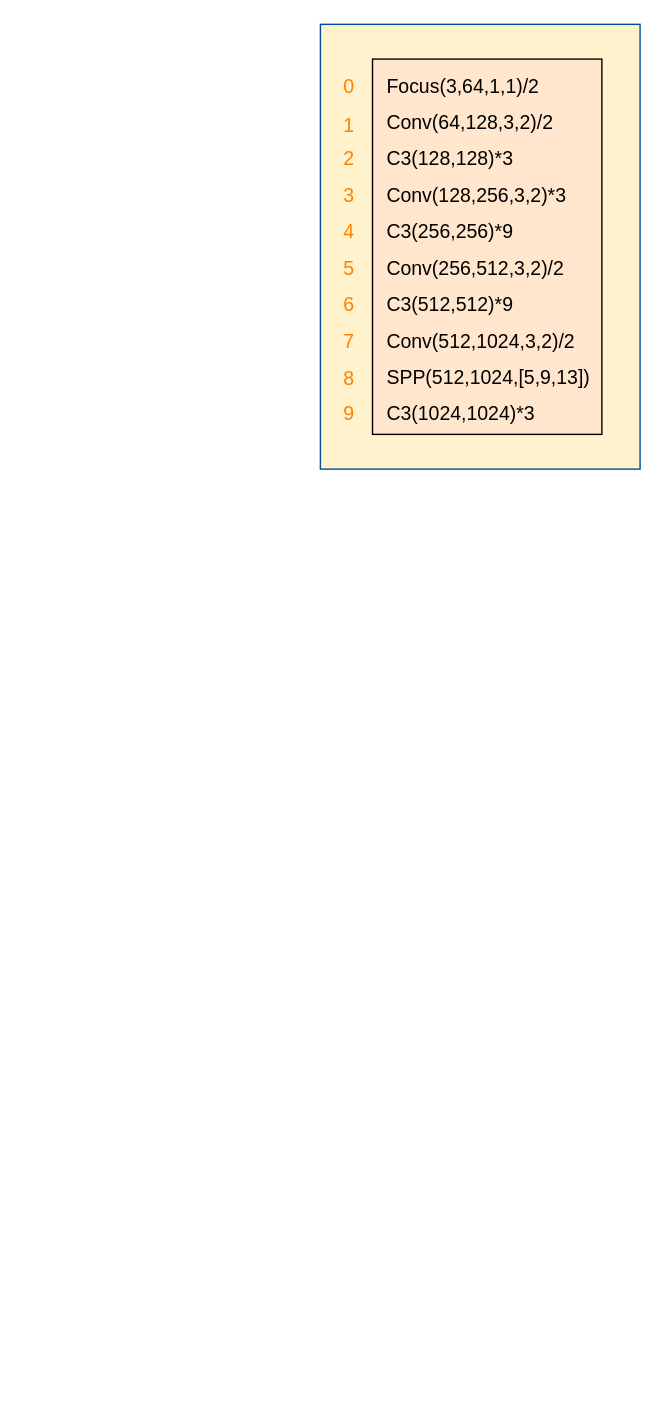
Above: 未命名绘图.drawio in duoduodanmohen/deep-learning-for-image-processing (draw.io), before the change. Source tidied: cells renumbered, new cells numbered last; positions are measured from the earlier drawing's top-left corner, leaving out a move shared by most shapes. Both pictures are drawn from the tidied source at 139%, with x=0, y=0 at pixel (320, 24).
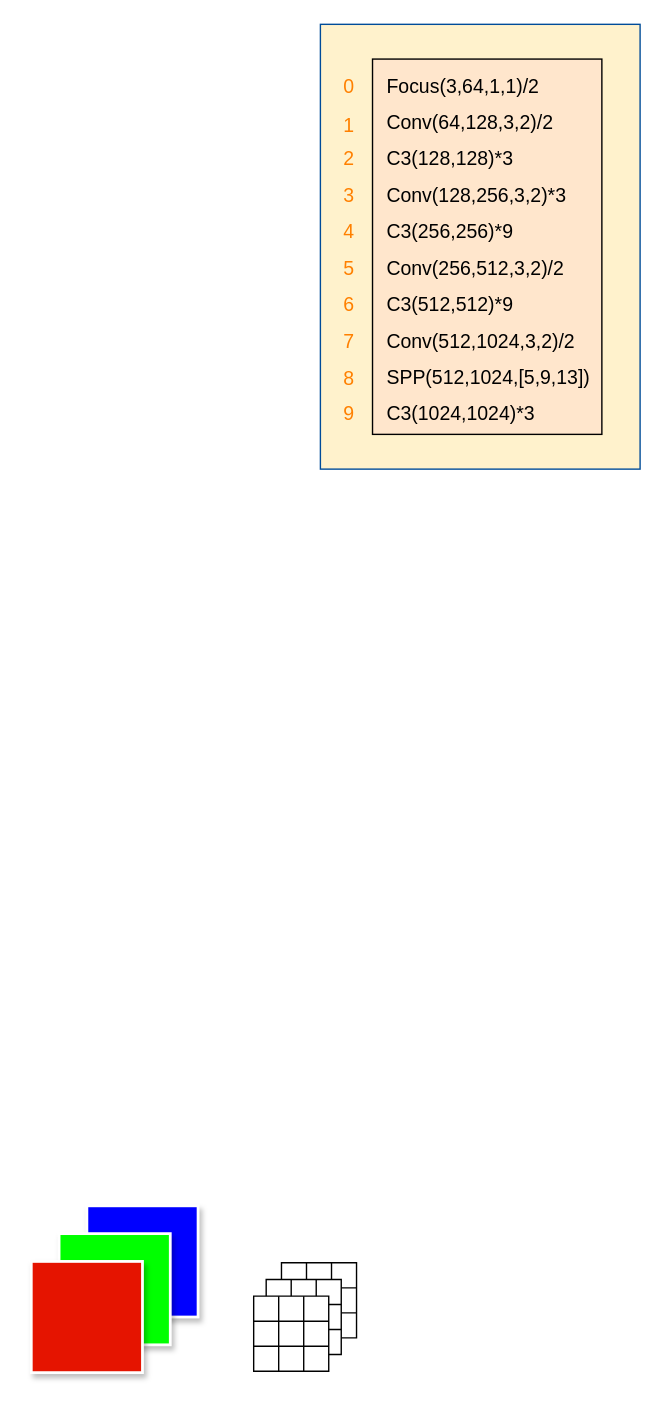
The same diagram, later.

Change to the diagram source:
```diff
@@
+    <mxCell id="24" style="shape=table;startSize=0;childLayout=tableLayout;rounded=0;shadow=0;glass=0;sketch=0;strokeColor=#000000;strokeWidth=1;fillColor=#FFFFFF;" parent="1" vertex="1">
+      <mxGeometry x="-28" y="891" width="54" height="54" as="geometry" />
+    </mxCell>
+    <mxCell id="25" style="shape=partialRectangle;fillColor=none;top=0;left=0;bottom=0;right=0;rounded=0;shadow=0;glass=0;sketch=0;strokeColor=#000000;strokeWidth=1;" parent="24" vertex="1">
+      <mxGeometry width="54" height="18" as="geometry" />
+    </mxCell>
+    <mxCell id="26" style="shape=partialRectangle;html=1;whiteSpace=wrap;overflow=hidden;fillColor=none;top=0;left=0;bottom=0;right=0;rounded=0;shadow=0;glass=0;sketch=0;strokeColor=#000000;strokeWidth=1;" parent="25" vertex="1">
+      <mxGeometry width="18" height="18" as="geometry" />
+    </mxCell>
+    <mxCell id="27" style="shape=partialRectangle;html=1;whiteSpace=wrap;overflow=hidden;fillColor=none;top=0;left=0;bottom=0;right=0;rounded=0;shadow=0;glass=0;sketch=0;strokeColor=#000000;strokeWidth=1;" parent="25" vertex="1">
+      <mxGeometry x="18" width="18" height="18" as="geometry" />
+    </mxCell>
+    <mxCell id="28" style="shape=partialRectangle;html=1;whiteSpace=wrap;overflow=hidden;fillColor=none;top=0;left=0;bottom=0;right=0;rounded=0;shadow=0;glass=0;sketch=0;strokeColor=#000000;strokeWidth=1;" parent="25" vertex="1">
+      <mxGeometry x="36" width="18" height="18" as="geometry" />
+    </mxCell>
+    <mxCell id="29" style="shape=partialRectangle;fillColor=none;top=0;left=0;bottom=0;right=0;rounded=0;shadow=0;glass=0;sketch=0;strokeColor=#000000;strokeWidth=1;" parent="24" vertex="1">
+      <mxGeometry y="18" width="54" height="18" as="geometry" />
+    </mxCell>
+    <mxCell id="30" style="shape=partialRectangle;html=1;whiteSpace=wrap;overflow=hidden;fillColor=none;top=0;left=0;bottom=0;right=0;rounded=0;shadow=0;glass=0;sketch=0;strokeColor=#000000;strokeWidth=1;" parent="29" vertex="1">
+      <mxGeometry width="18" height="18" as="geometry" />
+    </mxCell>
+    <mxCell id="31" style="shape=partialRectangle;html=1;whiteSpace=wrap;overflow=hidden;fillColor=none;top=0;left=0;bottom=0;right=0;rounded=0;shadow=0;glass=0;sketch=0;strokeColor=#000000;strokeWidth=1;" parent="29" vertex="1">
+      <mxGeometry x="18" width="18" height="18" as="geometry" />
+    </mxCell>
+    <mxCell id="32" style="shape=partialRectangle;html=1;whiteSpace=wrap;overflow=hidden;fillColor=none;top=0;left=0;bottom=0;right=0;rounded=0;shadow=0;glass=0;sketch=0;strokeColor=#000000;strokeWidth=1;" parent="29" vertex="1">
+      <mxGeometry x="36" width="18" height="18" as="geometry" />
+    </mxCell>
+    <mxCell id="33" style="shape=partialRectangle;fillColor=none;top=0;left=0;bottom=0;right=0;rounded=0;shadow=0;glass=0;sketch=0;strokeColor=#000000;strokeWidth=1;" parent="24" vertex="1">
+      <mxGeometry y="36" width="54" height="18" as="geometry" />
+    </mxCell>
+    <mxCell id="34" style="shape=partialRectangle;html=1;whiteSpace=wrap;overflow=hidden;fillColor=none;top=0;left=0;bottom=0;right=0;rounded=0;shadow=0;glass=0;sketch=0;strokeColor=#000000;strokeWidth=1;" parent="33" vertex="1">
+      <mxGeometry width="18" height="18" as="geometry" />
+    </mxCell>
+    <mxCell id="35" style="shape=partialRectangle;html=1;whiteSpace=wrap;overflow=hidden;fillColor=none;top=0;left=0;bottom=0;right=0;rounded=0;shadow=0;glass=0;sketch=0;strokeColor=#000000;strokeWidth=1;" parent="33" vertex="1">
+      <mxGeometry x="18" width="18" height="18" as="geometry" />
+    </mxCell>
+    <mxCell id="36" style="shape=partialRectangle;html=1;whiteSpace=wrap;overflow=hidden;fillColor=none;top=0;left=0;bottom=0;right=0;rounded=0;shadow=0;glass=0;sketch=0;strokeColor=#000000;strokeWidth=1;" parent="33" vertex="1">
+      <mxGeometry x="36" width="18" height="18" as="geometry" />
+    </mxCell>
+    <mxCell id="37" style="shape=table;startSize=0;childLayout=tableLayout;rounded=0;shadow=0;glass=0;sketch=0;strokeColor=#000000;strokeWidth=1;fillColor=#FFFFFF;" parent="1" vertex="1">
+      <mxGeometry x="-39" y="903" width="54" height="54" as="geometry" />
+    </mxCell>
+    <mxCell id="38" style="shape=partialRectangle;fillColor=none;top=0;left=0;bottom=0;right=0;rounded=0;shadow=0;glass=0;sketch=0;strokeColor=#000000;strokeWidth=1;" parent="37" vertex="1">
+      <mxGeometry width="54" height="18" as="geometry" />
+    </mxCell>
+    <mxCell id="39" style="shape=partialRectangle;html=1;whiteSpace=wrap;overflow=hidden;fillColor=none;top=0;left=0;bottom=0;right=0;rounded=0;shadow=0;glass=0;sketch=0;strokeColor=#000000;strokeWidth=1;" parent="38" vertex="1">
+      <mxGeometry width="18" height="18" as="geometry" />
+    </mxCell>
+    <mxCell id="40" style="shape=partialRectangle;html=1;whiteSpace=wrap;overflow=hidden;fillColor=none;top=0;left=0;bottom=0;right=0;rounded=0;shadow=0;glass=0;sketch=0;strokeColor=#000000;strokeWidth=1;" parent="38" vertex="1">
+      <mxGeometry x="18" width="18" height="18" as="geometry" />
+    </mxCell>
+    <mxCell id="41" style="shape=partialRectangle;html=1;whiteSpace=wrap;overflow=hidden;fillColor=none;top=0;left=0;bottom=0;right=0;rounded=0;shadow=0;glass=0;sketch=0;strokeColor=#000000;strokeWidth=1;" parent="38" vertex="1">
+      <mxGeometry x="36" width="18" height="18" as="geometry" />
+    </mxCell>
+    <mxCell id="42" style="shape=partialRectangle;fillColor=none;top=0;left=0;bottom=0;right=0;rounded=0;shadow=0;glass=0;sketch=0;strokeColor=#000000;strokeWidth=1;" parent="37" vertex="1">
+      <mxGeometry y="18" width="54" height="18" as="geometry" />
+    </mxCell>
+    <mxCell id="43" style="shape=partialRectangle;html=1;whiteSpace=wrap;overflow=hidden;fillColor=none;top=0;left=0;bottom=0;right=0;rounded=0;shadow=0;glass=0;sketch=0;strokeColor=#000000;strokeWidth=1;" parent="42" vertex="1">
+      <mxGeometry width="18" height="18" as="geometry" />
+    </mxCell>
+    <mxCell id="44" style="shape=partialRectangle;html=1;whiteSpace=wrap;overflow=hidden;fillColor=none;top=0;left=0;bottom=0;right=0;rounded=0;shadow=0;glass=0;sketch=0;strokeColor=#000000;strokeWidth=1;" parent="42" vertex="1">
+      <mxGeometry x="18" width="18" height="18" as="geometry" />
+    </mxCell>
+    <mxCell id="45" style="shape=partialRectangle;html=1;whiteSpace=wrap;overflow=hidden;fillColor=none;top=0;left=0;bottom=0;right=0;rounded=0;shadow=0;glass=0;sketch=0;strokeColor=#000000;strokeWidth=1;" parent="42" vertex="1">
+      <mxGeometry x="36" width="18" height="18" as="geometry" />
+    </mxCell>
+    <mxCell id="46" style="shape=partialRectangle;fillColor=none;top=0;left=0;bottom=0;right=0;rounded=0;shadow=0;glass=0;sketch=0;strokeColor=#000000;strokeWidth=1;" parent="37" vertex="1">
+      <mxGeometry y="36" width="54" height="18" as="geometry" />
+    </mxCell>
+    <mxCell id="47" style="shape=partialRectangle;html=1;whiteSpace=wrap;overflow=hidden;fillColor=none;top=0;left=0;bottom=0;right=0;rounded=0;shadow=0;glass=0;sketch=0;strokeColor=#000000;strokeWidth=1;" parent="46" vertex="1">
+      <mxGeometry width="18" height="18" as="geometry" />
+    </mxCell>
+    <mxCell id="48" style="shape=partialRectangle;html=1;whiteSpace=wrap;overflow=hidden;fillColor=none;top=0;left=0;bottom=0;right=0;rounded=0;shadow=0;glass=0;sketch=0;strokeColor=#000000;strokeWidth=1;" parent="46" vertex="1">
+      <mxGeometry x="18" width="18" height="18" as="geometry" />
+    </mxCell>
+    <mxCell id="49" style="shape=partialRectangle;html=1;whiteSpace=wrap;overflow=hidden;fillColor=none;top=0;left=0;bottom=0;right=0;rounded=0;shadow=0;glass=0;sketch=0;strokeColor=#000000;strokeWidth=1;" parent="46" vertex="1">
+      <mxGeometry x="36" width="18" height="18" as="geometry" />
+    </mxCell>
+    <mxCell id="50" style="whiteSpace=wrap;html=1;shadow=1;strokeColor=#FFFFFF;fillColor=#0000FF;strokeWidth=2;" parent="1" vertex="1">
+      <mxGeometry x="-168" y="850" width="80" height="80" as="geometry" />
+    </mxCell>
@@
+    <mxCell id="51" style="whiteSpace=wrap;html=1;shadow=1;fillColor=#00FF00;strokeColor=#FFFFFF;strokeWidth=2;" parent="1" vertex="1">
+      <mxGeometry x="-188" y="870" width="80" height="80" as="geometry" />
+    </mxCell>
+    <mxCell id="52" style="whiteSpace=wrap;html=1;fillColor=#e51400;fontColor=#ffffff;strokeColor=#FFFFFF;shadow=1;sketch=0;glass=0;rounded=0;strokeWidth=2;" parent="1" vertex="1">
+      <mxGeometry x="-208" y="890" width="80" height="80" as="geometry" />
+    </mxCell>
+    <mxCell id="53" style="shape=table;startSize=0;childLayout=tableLayout;rounded=0;shadow=0;glass=0;sketch=0;strokeColor=#000000;strokeWidth=1;fillColor=#FFFFFF;" parent="1" vertex="1">
+      <mxGeometry x="-48" y="915" width="54" height="54" as="geometry" />
+    </mxCell>
+    <mxCell id="54" style="shape=partialRectangle;fillColor=none;top=0;left=0;bottom=0;right=0;rounded=0;shadow=0;glass=0;sketch=0;strokeColor=#000000;strokeWidth=1;" parent="53" vertex="1">
+      <mxGeometry width="54" height="18" as="geometry" />
+    </mxCell>
+    <mxCell id="55" style="shape=partialRectangle;html=1;whiteSpace=wrap;overflow=hidden;fillColor=none;top=0;left=0;bottom=0;right=0;rounded=0;shadow=0;glass=0;sketch=0;strokeColor=#000000;strokeWidth=1;" parent="54" vertex="1">
+      <mxGeometry width="18" height="18" as="geometry" />
+    </mxCell>
+    <mxCell id="56" style="shape=partialRectangle;html=1;whiteSpace=wrap;overflow=hidden;fillColor=none;top=0;left=0;bottom=0;right=0;rounded=0;shadow=0;glass=0;sketch=0;strokeColor=#000000;strokeWidth=1;" parent="54" vertex="1">
+      <mxGeometry x="18" width="18" height="18" as="geometry" />
+    </mxCell>
+    <mxCell id="57" style="shape=partialRectangle;html=1;whiteSpace=wrap;overflow=hidden;fillColor=none;top=0;left=0;bottom=0;right=0;rounded=0;shadow=0;glass=0;sketch=0;strokeColor=#000000;strokeWidth=1;" parent="54" vertex="1">
+      <mxGeometry x="36" width="18" height="18" as="geometry" />
+    </mxCell>
+    <mxCell id="58" style="shape=partialRectangle;fillColor=none;top=0;left=0;bottom=0;right=0;rounded=0;shadow=0;glass=0;sketch=0;strokeColor=#000000;strokeWidth=1;" parent="53" vertex="1">
+      <mxGeometry y="18" width="54" height="18" as="geometry" />
+    </mxCell>
+    <mxCell id="59" style="shape=partialRectangle;html=1;whiteSpace=wrap;overflow=hidden;fillColor=none;top=0;left=0;bottom=0;right=0;rounded=0;shadow=0;glass=0;sketch=0;strokeColor=#000000;strokeWidth=1;" parent="58" vertex="1">
+      <mxGeometry width="18" height="18" as="geometry" />
+    </mxCell>
+    <mxCell id="60" style="shape=partialRectangle;html=1;whiteSpace=wrap;overflow=hidden;fillColor=none;top=0;left=0;bottom=0;right=0;rounded=0;shadow=0;glass=0;sketch=0;strokeColor=#000000;strokeWidth=1;" parent="58" vertex="1">
+      <mxGeometry x="18" width="18" height="18" as="geometry" />
+    </mxCell>
+    <mxCell id="61" style="shape=partialRectangle;html=1;whiteSpace=wrap;overflow=hidden;fillColor=none;top=0;left=0;bottom=0;right=0;rounded=0;shadow=0;glass=0;sketch=0;strokeColor=#000000;strokeWidth=1;" parent="58" vertex="1">
+      <mxGeometry x="36" width="18" height="18" as="geometry" />
+    </mxCell>
+    <mxCell id="62" style="shape=partialRectangle;fillColor=none;top=0;left=0;bottom=0;right=0;rounded=0;shadow=0;glass=0;sketch=0;strokeColor=#000000;strokeWidth=1;" parent="53" vertex="1">
+      <mxGeometry y="36" width="54" height="18" as="geometry" />
+    </mxCell>
+    <mxCell id="63" style="shape=partialRectangle;html=1;whiteSpace=wrap;overflow=hidden;fillColor=none;top=0;left=0;bottom=0;right=0;rounded=0;shadow=0;glass=0;sketch=0;strokeColor=#000000;strokeWidth=1;" parent="62" vertex="1">
+      <mxGeometry width="18" height="18" as="geometry" />
+    </mxCell>
+    <mxCell id="64" style="shape=partialRectangle;html=1;whiteSpace=wrap;overflow=hidden;fillColor=none;top=0;left=0;bottom=0;right=0;rounded=0;shadow=0;glass=0;sketch=0;strokeColor=#000000;strokeWidth=1;" parent="62" vertex="1">
+      <mxGeometry x="18" width="18" height="18" as="geometry" />
+    </mxCell>
+    <mxCell id="65" style="shape=partialRectangle;html=1;whiteSpace=wrap;overflow=hidden;fillColor=none;top=0;left=0;bottom=0;right=0;rounded=0;shadow=0;glass=0;sketch=0;strokeColor=#000000;strokeWidth=1;" parent="62" vertex="1">
+      <mxGeometry x="36" width="18" height="18" as="geometry" />
+    </mxCell>
```
